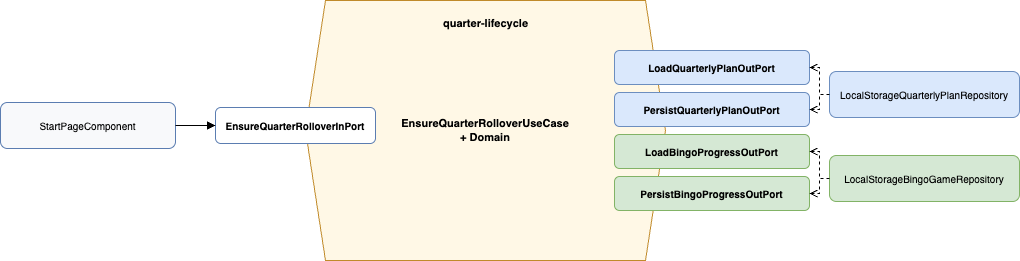
This is docs/diagrams/hexagon-quarter-lifecycle.png from flingoflux/knitting-quarterly-bingo, a draw.io export, as it was before one commit. Source tidied: cells renumbered, new cells last; positions are measured from the earlier drawing's top-left corner, leaving out a move shared by most shapes. The source it was exported from:
```xml
<mxGraphModel>
  <root>
    <mxCell id="0" />
    <mxCell id="1" parent="0" />
    <mxCell id="2" value="EnsureQuarterRolloverUseCase&#10;+ Domain" style="shape=hexagon;perimeter=hexagonPerimeter2;whiteSpace=wrap;html=1;fixedSize=1;fillColor=#fff8e6;strokeColor=#c08a2a;fontSize=11;fontStyle=1;" parent="1" vertex="1">
      <mxGeometry x="305" width="360" height="260" as="geometry" />
    </mxCell>
    <mxCell id="3" value="StartPageComponent" style="rounded=1;whiteSpace=wrap;html=1;fillColor=#f8f9fb;strokeColor=#5b7db1;fontSize=10;" parent="1" vertex="1">
      <mxGeometry y="102" width="175" height="46" as="geometry" />
    </mxCell>
    <mxCell id="4" value="EnsureQuarterRolloverInPort" style="rounded=1;whiteSpace=wrap;html=1;fillColor=#ffffff;strokeColor=#5b7db1;fontSize=10;fontStyle=1;" parent="1" vertex="1">
      <mxGeometry x="215" y="107" width="160" height="36" as="geometry" />
    </mxCell>
    <mxCell id="5" value="quarter-lifecycle" style="text;html=1;fontSize=11;fontStyle=1;align=center;" parent="1" vertex="1">
      <mxGeometry x="425" y="10" width="120" height="20" as="geometry" />
    </mxCell>
    <mxCell id="6" value="LoadQuarterlyPlanOutPort" style="rounded=1;whiteSpace=wrap;html=1;fillColor=#dae8fc;strokeColor=#6c8ebf;fontSize=10;fontStyle=1;" parent="1" vertex="1">
      <mxGeometry x="614" y="50" width="195" height="34" as="geometry" />
    </mxCell>
    <mxCell id="7" value="PersistQuarterlyPlanOutPort" style="rounded=1;whiteSpace=wrap;html=1;fillColor=#dae8fc;strokeColor=#6c8ebf;fontSize=10;fontStyle=1;" parent="1" vertex="1">
      <mxGeometry x="614" y="92" width="195" height="34" as="geometry" />
    </mxCell>
    <mxCell id="8" value="LoadBingoProgressOutPort" style="rounded=1;whiteSpace=wrap;html=1;fillColor=#d5e8d4;strokeColor=#82b366;fontSize=10;fontStyle=1;" parent="1" vertex="1">
      <mxGeometry x="614" y="134" width="195" height="34" as="geometry" />
    </mxCell>
    <mxCell id="9" value="PersistBingoProgressOutPort" style="rounded=1;whiteSpace=wrap;html=1;fillColor=#d5e8d4;strokeColor=#82b366;fontSize=10;fontStyle=1;" parent="1" vertex="1">
      <mxGeometry x="614" y="176" width="195" height="34" as="geometry" />
    </mxCell>
    <mxCell id="10" value="LocalStorageQuarterlyPlanRepository" style="rounded=1;whiteSpace=wrap;html=1;fillColor=#dae8fc;strokeColor=#6c8ebf;fontSize=10;" parent="1" vertex="1">
      <mxGeometry x="829" y="71" width="190" height="46" as="geometry" />
    </mxCell>
    <mxCell id="11" value="LocalStorageBingoGameRepository" style="rounded=1;whiteSpace=wrap;html=1;fillColor=#d5e8d4;strokeColor=#82b366;fontSize=10;" parent="1" vertex="1">
      <mxGeometry x="829" y="155" width="190" height="46" as="geometry" />
    </mxCell>
    <mxCell id="12" style="edgeStyle=orthogonalEdgeStyle;rounded=0;endArrow=block;endFill=1;" parent="1" edge="1" source="3" target="4">
      <mxGeometry relative="1" as="geometry" />
    </mxCell>
    <mxCell id="13" style="edgeStyle=orthogonalEdgeStyle;rounded=0;dashed=1;endArrow=open;endFill=0;" parent="1" edge="1" source="10" target="6">
      <mxGeometry relative="1" as="geometry" />
    </mxCell>
    <mxCell id="14" style="edgeStyle=orthogonalEdgeStyle;rounded=0;dashed=1;endArrow=open;endFill=0;" parent="1" edge="1" source="10" target="7">
      <mxGeometry relative="1" as="geometry" />
    </mxCell>
    <mxCell id="15" style="edgeStyle=orthogonalEdgeStyle;rounded=0;dashed=1;endArrow=open;endFill=0;" parent="1" edge="1" source="11" target="8">
      <mxGeometry relative="1" as="geometry" />
    </mxCell>
    <mxCell id="16" style="edgeStyle=orthogonalEdgeStyle;rounded=0;dashed=1;endArrow=open;endFill=0;" parent="1" edge="1" source="11" target="9">
      <mxGeometry relative="1" as="geometry" />
    </mxCell>
  </root>
</mxGraphModel>
```
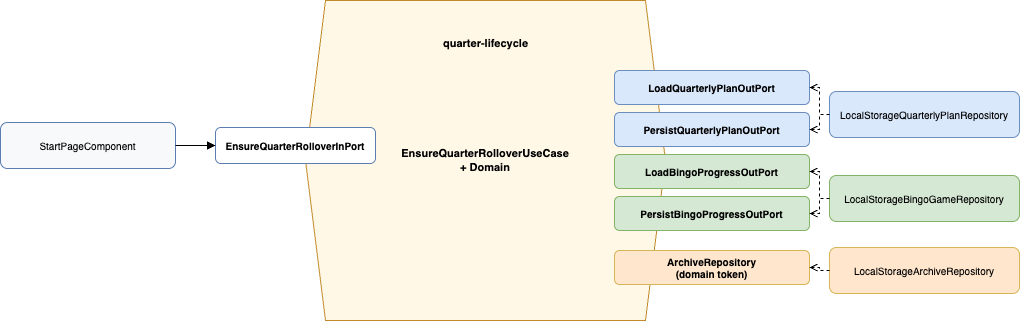
After the change.

Commit message:
arc42 refresh diagrams to reflect code refactoring

The edit, as a diff of the source:
```diff
@@ -3,7 +3,7 @@
     <mxCell id="0" />
     <mxCell id="1" parent="0" />
     <mxCell id="2" value="EnsureQuarterRolloverUseCase&#10;+ Domain" style="shape=hexagon;perimeter=hexagonPerimeter2;whiteSpace=wrap;html=1;fixedSize=1;fillColor=#fff8e6;strokeColor=#c08a2a;fontSize=11;fontStyle=1;" parent="1" vertex="1">
-      <mxGeometry x="305" width="360" height="260" as="geometry" />
+      <mxGeometry x="305" y="-20" width="360" height="320" as="geometry" />
     </mxCell>
     <mxCell id="3" value="StartPageComponent" style="rounded=1;whiteSpace=wrap;html=1;fillColor=#f8f9fb;strokeColor=#5b7db1;fontSize=10;" parent="1" vertex="1">
       <mxGeometry y="102" width="175" height="46" as="geometry" />
@@ -26,12 +26,18 @@
     <mxCell id="9" value="PersistBingoProgressOutPort" style="rounded=1;whiteSpace=wrap;html=1;fillColor=#d5e8d4;strokeColor=#82b366;fontSize=10;fontStyle=1;" parent="1" vertex="1">
       <mxGeometry x="614" y="176" width="195" height="34" as="geometry" />
     </mxCell>
+    <mxCell id="17" value="ArchiveRepository&#10;(domain token)" style="rounded=1;whiteSpace=wrap;html=1;fillColor=#ffe6cc;strokeColor=#d6b656;fontSize=10;fontStyle=1;" parent="1" vertex="1">
+      <mxGeometry x="614" y="230" width="195" height="34" as="geometry" />
+    </mxCell>
     <mxCell id="10" value="LocalStorageQuarterlyPlanRepository" style="rounded=1;whiteSpace=wrap;html=1;fillColor=#dae8fc;strokeColor=#6c8ebf;fontSize=10;" parent="1" vertex="1">
       <mxGeometry x="829" y="71" width="190" height="46" as="geometry" />
     </mxCell>
     <mxCell id="11" value="LocalStorageBingoGameRepository" style="rounded=1;whiteSpace=wrap;html=1;fillColor=#d5e8d4;strokeColor=#82b366;fontSize=10;" parent="1" vertex="1">
       <mxGeometry x="829" y="155" width="190" height="46" as="geometry" />
     </mxCell>
+    <mxCell id="18" value="LocalStorageArchiveRepository" style="rounded=1;whiteSpace=wrap;html=1;fillColor=#ffe6cc;strokeColor=#d6b656;fontSize=10;" parent="1" vertex="1">
+      <mxGeometry x="829" y="227" width="190" height="46" as="geometry" />
+    </mxCell>
     <mxCell id="12" style="edgeStyle=orthogonalEdgeStyle;rounded=0;endArrow=block;endFill=1;" parent="1" edge="1" source="3" target="4">
       <mxGeometry relative="1" as="geometry" />
     </mxCell>
@@ -47,5 +53,8 @@
     <mxCell id="16" style="edgeStyle=orthogonalEdgeStyle;rounded=0;dashed=1;endArrow=open;endFill=0;" parent="1" edge="1" source="11" target="9">
       <mxGeometry relative="1" as="geometry" />
     </mxCell>
+    <mxCell id="19" style="edgeStyle=orthogonalEdgeStyle;rounded=0;dashed=1;endArrow=open;endFill=0;" parent="1" edge="1" source="18" target="17">
+      <mxGeometry relative="1" as="geometry" />
+    </mxCell>
   </root>
 </mxGraphModel>
```
